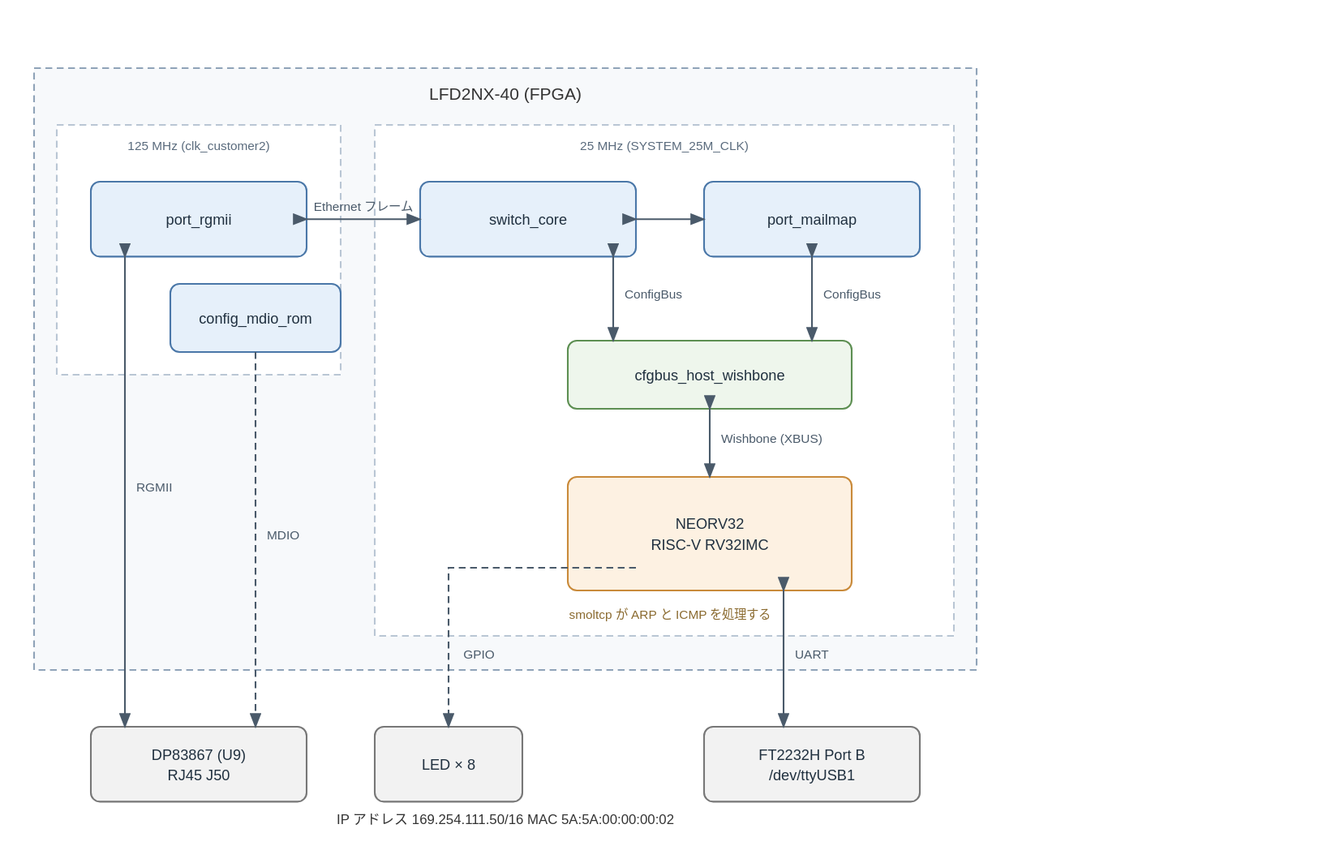
Earlier version of the draw.io export projects/managed_switch/doc/managed_switch_block.drawio.svg (miya930/certus-nx-hello). Source tidied: cells renumbered, new cells last; positions are measured from the earlier drawing's top-left corner, leaving out a move shared by most shapes. Its diagram source:
```xml
<mxGraphModel>
  <root>
    <mxCell id="0" />
    <mxCell id="1" parent="0" />
    <mxCell id="2" style="rounded=0;dashed=1;dashPattern=6 4;whiteSpace=wrap;html=1;fillColor=#f7f9fb;strokeColor=#8fa3b8;verticalAlign=middle;fontSize=13;" parent="1" vertex="1">
      <mxGeometry x="55" width="830" height="530" as="geometry" />
    </mxCell>
    <mxCell id="3" style="rounded=0;dashed=1;dashPattern=6 4;whiteSpace=wrap;html=1;fillColor=#ffffff;strokeColor=#b9c6d4;verticalAlign=middle;fontSize=13;" parent="1" vertex="1">
      <mxGeometry x="75" y="50" width="250" height="220" as="geometry" />
    </mxCell>
    <mxCell id="4" style="rounded=0;dashed=1;dashPattern=6 4;whiteSpace=wrap;html=1;fillColor=#ffffff;strokeColor=#b9c6d4;verticalAlign=middle;fontSize=13;" parent="1" vertex="1">
      <mxGeometry x="355" y="50" width="510" height="450" as="geometry" />
    </mxCell>
    <mxCell id="5" value="port_rgmii" style="rounded=1;arcSize=8;dashed=0;whiteSpace=wrap;html=1;fillColor=#e6f0fa;strokeColor=#4a77a8;verticalAlign=middle;fontSize=13;" parent="1" vertex="1">
      <mxGeometry x="105" y="100" width="190" height="66" as="geometry" />
    </mxCell>
    <mxCell id="6" value="config_mdio_rom" style="rounded=1;arcSize=8;dashed=0;whiteSpace=wrap;html=1;fillColor=#e6f0fa;strokeColor=#4a77a8;verticalAlign=middle;fontSize=13;" parent="1" vertex="1">
      <mxGeometry x="175" y="190" width="150" height="60" as="geometry" />
    </mxCell>
    <mxCell id="7" value="switch_core" style="rounded=1;arcSize=8;dashed=0;whiteSpace=wrap;html=1;fillColor=#e6f0fa;strokeColor=#4a77a8;verticalAlign=middle;fontSize=13;" parent="1" vertex="1">
      <mxGeometry x="395" y="100" width="190" height="66" as="geometry" />
    </mxCell>
    <mxCell id="8" value="port_mailmap" style="rounded=1;arcSize=8;dashed=0;whiteSpace=wrap;html=1;fillColor=#e6f0fa;strokeColor=#4a77a8;verticalAlign=middle;fontSize=13;" parent="1" vertex="1">
      <mxGeometry x="645" y="100" width="190" height="66" as="geometry" />
    </mxCell>
    <mxCell id="9" value="cfgbus_host_wishbone" style="rounded=1;arcSize=8;dashed=0;whiteSpace=wrap;html=1;fillColor=#eef6ec;strokeColor=#5d8f52;verticalAlign=middle;fontSize=13;" parent="1" vertex="1">
      <mxGeometry x="525" y="240" width="250" height="60" as="geometry" />
    </mxCell>
    <mxCell id="10" value="NEORV32&#10;RISC-V RV32IMC" style="rounded=1;arcSize=8;dashed=0;whiteSpace=wrap;html=1;fillColor=#fdf1e2;strokeColor=#c98a3a;verticalAlign=middle;fontSize=13;" parent="1" vertex="1">
      <mxGeometry x="525" y="360" width="250" height="100" as="geometry" />
    </mxCell>
    <mxCell id="11" value="DP83867 (U9)&#10;RJ45 J50" style="rounded=1;arcSize=8;dashed=0;whiteSpace=wrap;html=1;fillColor=#f2f2f2;strokeColor=#777777;verticalAlign=middle;fontSize=13;" parent="1" vertex="1">
      <mxGeometry x="105" y="580" width="190" height="66" as="geometry" />
    </mxCell>
    <mxCell id="12" value="LED × 8" style="rounded=1;arcSize=8;dashed=0;whiteSpace=wrap;html=1;fillColor=#f2f2f2;strokeColor=#777777;verticalAlign=middle;fontSize=13;" parent="1" vertex="1">
      <mxGeometry x="355" y="580" width="130" height="66" as="geometry" />
    </mxCell>
    <mxCell id="13" value="FT2232H Port B&#10;/dev/ttyUSB1" style="rounded=1;arcSize=8;dashed=0;whiteSpace=wrap;html=1;fillColor=#f2f2f2;strokeColor=#777777;verticalAlign=middle;fontSize=13;" parent="1" vertex="1">
      <mxGeometry x="645" y="580" width="190" height="66" as="geometry" />
    </mxCell>
    <mxCell id="14" value="Ethernet フレーム" style="edgeStyle=orthogonalEdgeStyle;html=1;endArrow=classic;endFill=1;startArrow=classic;startFill=1;strokeColor=#4a5a6a;fontSize=11;" parent="1" edge="1">
      <mxGeometry relative="1" as="geometry">
        <mxPoint x="295" y="133" as="sourcePoint" />
        <mxPoint x="395" y="133" as="targetPoint" />
      </mxGeometry>
    </mxCell>
    <mxCell id="15" style="edgeStyle=orthogonalEdgeStyle;html=1;endArrow=classic;endFill=1;startArrow=classic;startFill=1;strokeColor=#4a5a6a;fontSize=11;" parent="1" edge="1">
      <mxGeometry relative="1" as="geometry">
        <mxPoint x="585" y="133" as="sourcePoint" />
        <mxPoint x="645" y="133" as="targetPoint" />
      </mxGeometry>
    </mxCell>
    <mxCell id="16" value="ConfigBus" style="edgeStyle=orthogonalEdgeStyle;html=1;endArrow=classic;endFill=1;startArrow=classic;startFill=1;strokeColor=#4a5a6a;fontSize=11;" parent="1" edge="1">
      <mxGeometry relative="1" as="geometry">
        <mxPoint x="740" y="166" as="sourcePoint" />
        <mxPoint x="740" y="240" as="targetPoint" />
      </mxGeometry>
    </mxCell>
    <mxCell id="17" value="ConfigBus" style="edgeStyle=orthogonalEdgeStyle;html=1;endArrow=classic;endFill=1;startArrow=classic;startFill=1;strokeColor=#4a5a6a;fontSize=11;" parent="1" edge="1">
      <mxGeometry relative="1" as="geometry">
        <mxPoint x="565" y="166" as="sourcePoint" />
        <mxPoint x="565" y="240" as="targetPoint" />
      </mxGeometry>
    </mxCell>
    <mxCell id="18" value="Wishbone (XBUS)" style="edgeStyle=orthogonalEdgeStyle;html=1;endArrow=classic;endFill=1;startArrow=classic;startFill=1;strokeColor=#4a5a6a;fontSize=11;" parent="1" edge="1">
      <mxGeometry relative="1" as="geometry">
        <mxPoint x="650" y="300" as="sourcePoint" />
        <mxPoint x="650" y="360" as="targetPoint" />
      </mxGeometry>
    </mxCell>
    <mxCell id="19" value="MDIO" style="edgeStyle=orthogonalEdgeStyle;html=1;endArrow=classic;endFill=1;startArrow=none;dashed=1;dashPattern=6 4;strokeColor=#4a5a6a;fontSize=11;" parent="1" edge="1">
      <mxGeometry relative="1" as="geometry">
        <mxPoint x="250" y="250" as="sourcePoint" />
        <mxPoint x="250" y="580" as="targetPoint" />
      </mxGeometry>
    </mxCell>
    <mxCell id="20" value="RGMII" style="edgeStyle=orthogonalEdgeStyle;html=1;endArrow=classic;endFill=1;startArrow=classic;startFill=1;strokeColor=#4a5a6a;fontSize=11;" parent="1" edge="1">
      <mxGeometry relative="1" as="geometry">
        <mxPoint x="135" y="166" as="sourcePoint" />
        <mxPoint x="135" y="580" as="targetPoint" />
      </mxGeometry>
    </mxCell>
    <mxCell id="21" value="GPIO" style="edgeStyle=orthogonalEdgeStyle;html=1;endArrow=classic;endFill=1;startArrow=none;dashed=1;dashPattern=6 4;strokeColor=#4a5a6a;fontSize=11;" parent="1" edge="1">
      <mxGeometry relative="1" as="geometry">
        <mxPoint x="585" y="440" as="sourcePoint" />
        <mxPoint x="420" y="580" as="targetPoint" />
        <Array as="points">
          <mxPoint x="420" y="440" />
        </Array>
      </mxGeometry>
    </mxCell>
    <mxCell id="22" value="UART" style="edgeStyle=orthogonalEdgeStyle;html=1;endArrow=classic;endFill=1;startArrow=classic;startFill=1;strokeColor=#4a5a6a;fontSize=11;" parent="1" edge="1">
      <mxGeometry relative="1" as="geometry">
        <mxPoint x="715" y="460" as="sourcePoint" />
        <mxPoint x="715" y="580" as="targetPoint" />
      </mxGeometry>
    </mxCell>
    <mxCell id="23" value="LFD2NX-40 (FPGA)" style="text;html=1;align=center;verticalAlign=middle;fontSize=15;fontColor=#333333;" parent="1" vertex="1">
      <mxGeometry x="270" y="16" width="400" height="24" as="geometry" />
    </mxCell>
    <mxCell id="24" value="125 MHz (clk_customer2)" style="text;html=1;align=center;verticalAlign=middle;fontSize=11;fontColor=#5a6b7d;" parent="1" vertex="1">
      <mxGeometry y="60" width="400" height="24" as="geometry" />
    </mxCell>
    <mxCell id="25" value="25 MHz (SYSTEM_25M_CLK)" style="text;html=1;align=center;verticalAlign=middle;fontSize=11;fontColor=#5a6b7d;" parent="1" vertex="1">
      <mxGeometry x="410" y="60" width="400" height="24" as="geometry" />
    </mxCell>
    <mxCell id="26" value="smoltcp が ARP と ICMP を処理する" style="text;html=1;align=center;verticalAlign=middle;fontSize=11;fontColor=#8a6a2f;" parent="1" vertex="1">
      <mxGeometry x="415" y="473" width="400" height="24" as="geometry" />
    </mxCell>
    <mxCell id="27" value="IP アドレス 169.254.111.50/16   MAC 5A:5A:00:00:00:02" style="text;html=1;align=center;verticalAlign=middle;fontSize=12;fontColor=#333333;" parent="1" vertex="1">
      <mxGeometry x="270" y="654" width="400" height="24" as="geometry" />
    </mxCell>
  </root>
</mxGraphModel>
```
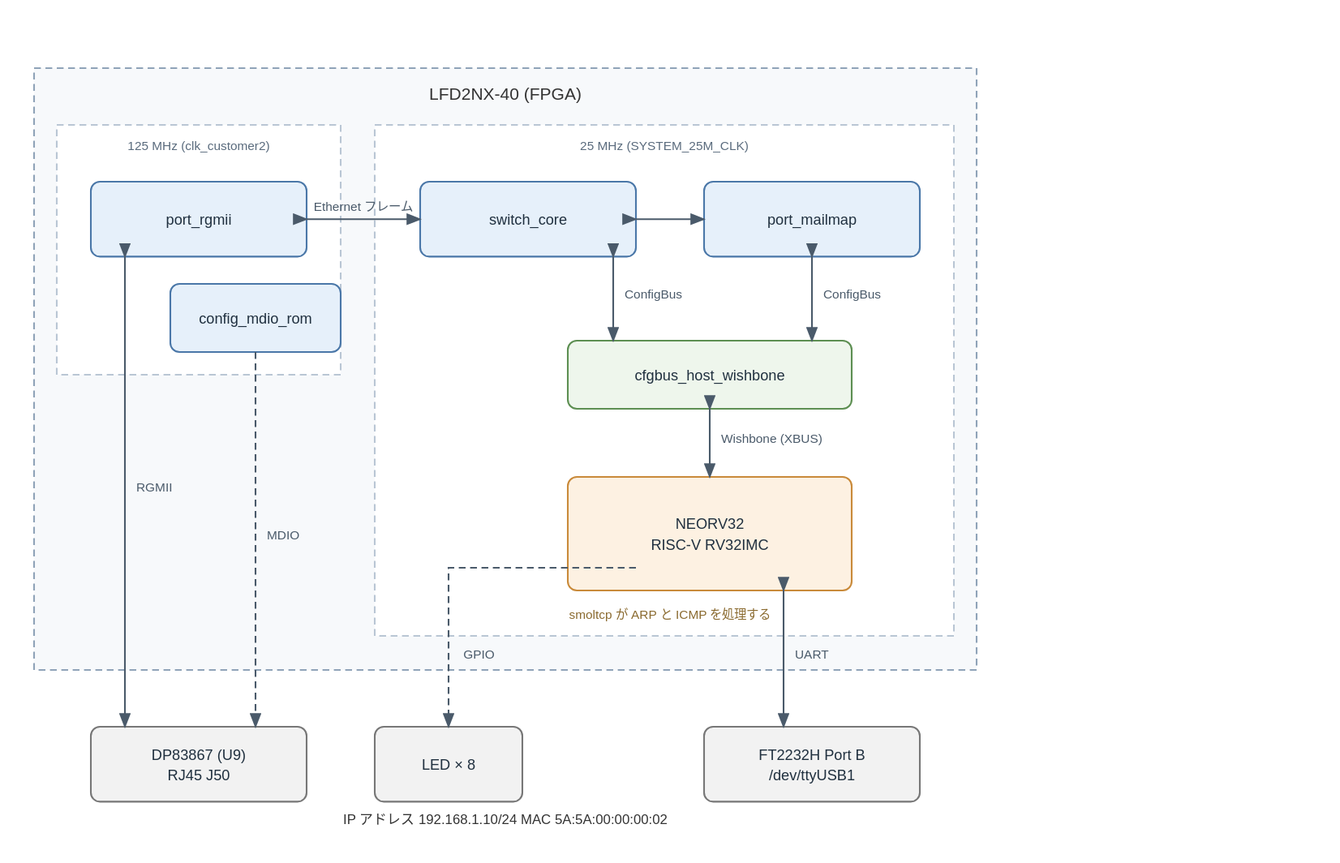
After the change.

What changed in the source:
```diff
@@ -107,7 +107,7 @@
     <mxCell id="26" value="smoltcp が ARP と ICMP を処理する" style="text;html=1;align=center;verticalAlign=middle;fontSize=11;fontColor=#8a6a2f;" parent="1" vertex="1">
       <mxGeometry x="415" y="473" width="400" height="24" as="geometry" />
     </mxCell>
-    <mxCell id="27" value="IP アドレス 169.254.111.50/16   MAC 5A:5A:00:00:00:02" style="text;html=1;align=center;verticalAlign=middle;fontSize=12;fontColor=#333333;" parent="1" vertex="1">
+    <mxCell id="27" value="IP アドレス 192.168.1.10/24   MAC 5A:5A:00:00:00:02" style="text;html=1;align=center;verticalAlign=middle;fontSize=12;fontColor=#333333;" parent="1" vertex="1">
       <mxGeometry x="270" y="654" width="400" height="24" as="geometry" />
     </mxCell>
   </root>
```
